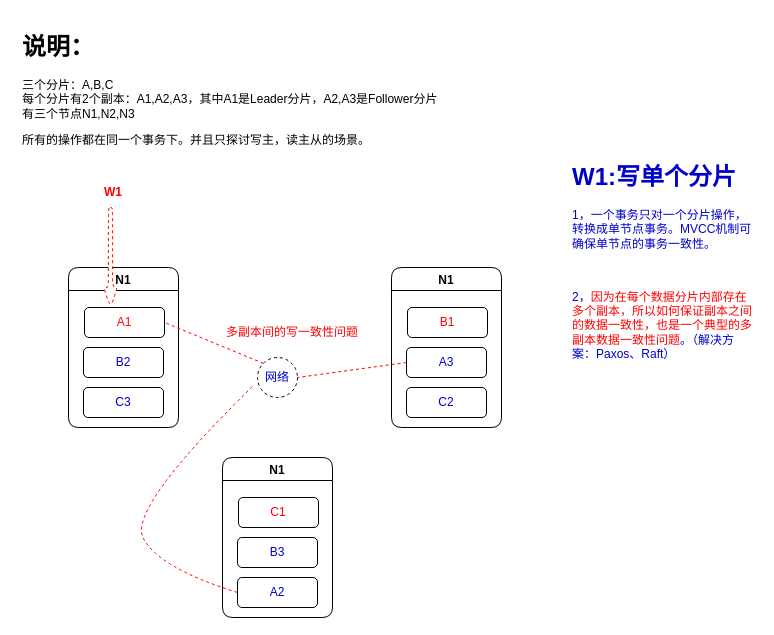
The draw.io diagram page "第 1 页" (1 of 4) of 一致性问题.drawio in duosheng/draw-house, before the edit. Source tidied: cells renumbered, new cells numbered last; positions are measured from the earlier drawing's top-left corner, leaving out a move shared by most shapes. Both pictures are drawn from the tidied source at 100%, with x=0, y=0 at pixel (17, 27).
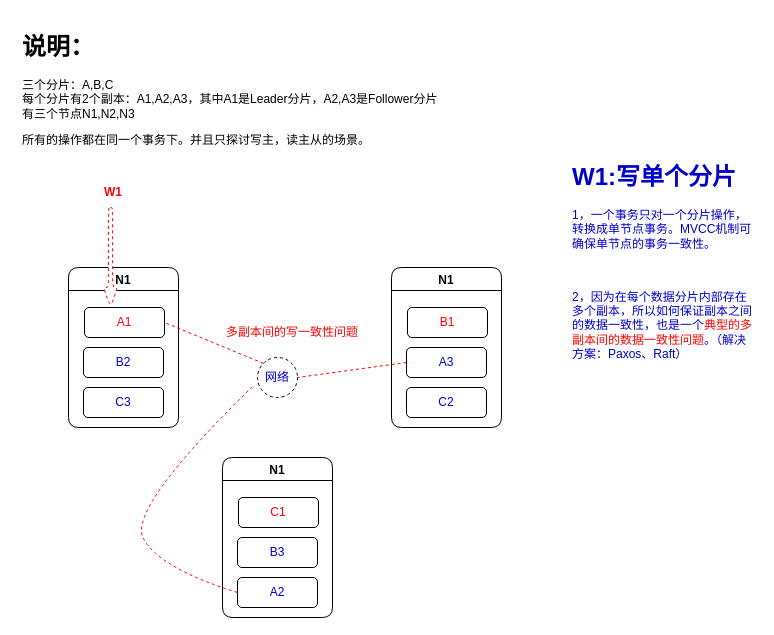
Above is the later version.

Change to the diagram source:
```diff
@@
-    <mxCell id="20" value="&lt;h1&gt;W1:写单个分片&lt;/h1&gt;&lt;p&gt;1，一个事务只对一个分片操作，转换成单节点事务。MVCC机制可确保单节点的事务一致性。&lt;/p&gt;&lt;p&gt;&lt;br&gt;&lt;/p&gt;2，&lt;font color=&quot;#ff0000&quot;&gt;因为在每个数据分片内部存在多个副本，所以如何保证副本之间的数据一致性，也是一个典型的多副本数据一致性问题&lt;/font&gt;。（解决方案：Paxos、Raft）" style="text;html=1;strokeColor=none;fillColor=none;spacing=5;spacingTop=-20;whiteSpace=wrap;overflow=hidden;rounded=0;dashed=1;fontColor=#0000CC;" parent="1" vertex="1">
+    <mxCell id="20" value="&lt;h1&gt;W1:写单个分片&lt;/h1&gt;&lt;p&gt;1，一个事务只对一个分片操作，转换成单节点事务。MVCC机制可确保单节点的事务一致性。&lt;/p&gt;&lt;p&gt;&lt;br&gt;&lt;/p&gt;2，因为在每个数据分片内部存在多个副本，所以如何保证副本之间的数据一致性，也是一个&lt;font color=&quot;#ff0000&quot;&gt;典型的多副本间的数据一致性问题&lt;/font&gt;。（解决方案：Paxos、Raft）" style="text;html=1;strokeColor=none;fillColor=none;spacing=5;spacingTop=-20;whiteSpace=wrap;overflow=hidden;rounded=0;dashed=1;fontColor=#0000CC;" parent="1" vertex="1">
       <mxGeometry x="550" y="130" width="190" height="260" as="geometry" />
     </mxCell>
```
